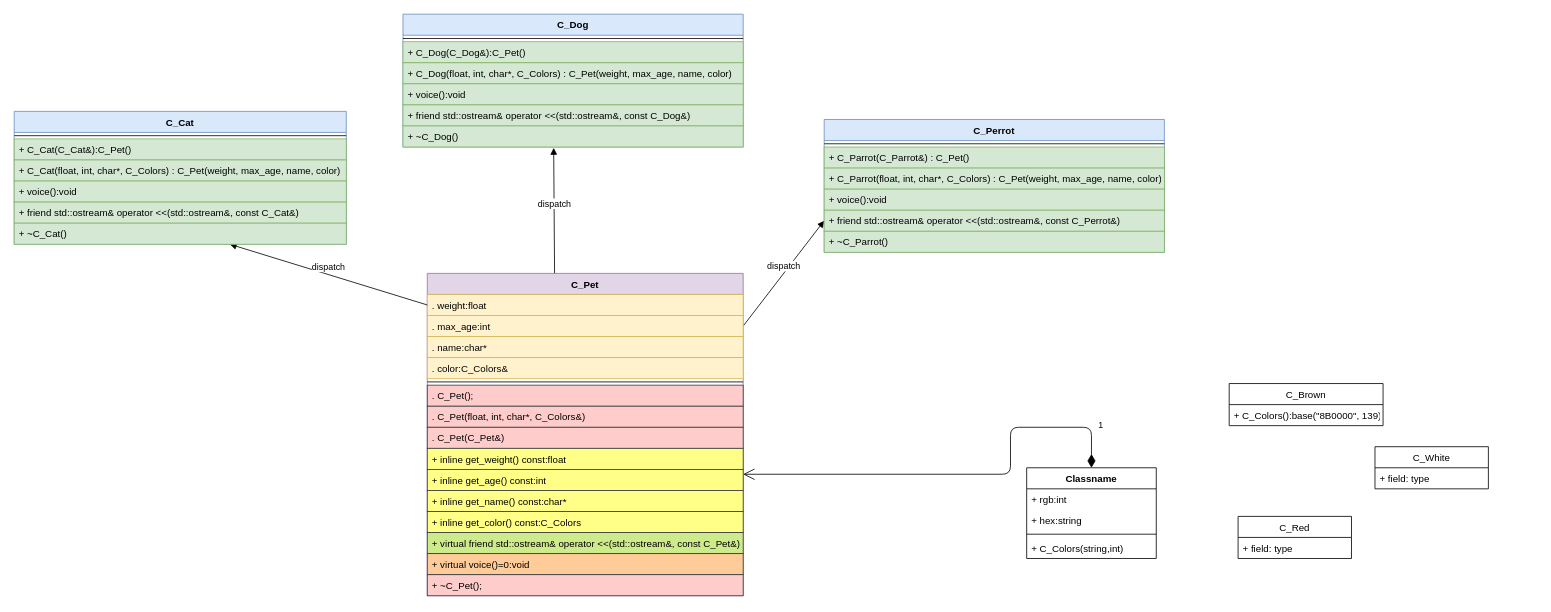
franchukkaterina/Draw-io keeps this draw.io diagram as SOLID.drawio. Above is the earlier version. Source tidied: cells renumbered, new cells numbered last; positions are measured from the earlier drawing's top-left corner, leaving out a move shared by most shapes. Both pictures are drawn from the tidied source at 81%, with x=0, y=0 at pixel (14, 14).
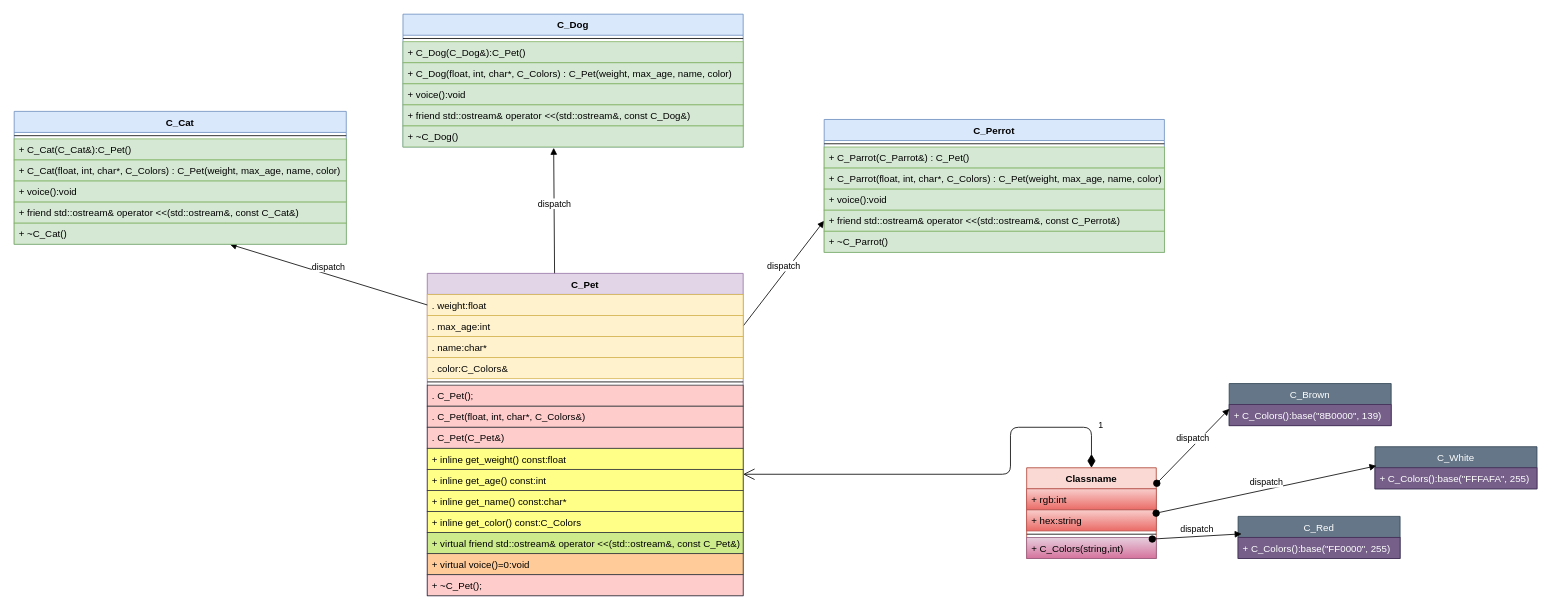
The same diagram, later.

Change to the diagram source:
```diff
@@
-    <mxCell id="43" value="C_Red" style="swimlane;fontStyle=0;horizontal=1;startSize=26;fillColor=none;" parent="1" vertex="1">
-      <mxGeometry x="1511" y="620" width="140" height="52" as="geometry" />
+    <mxCell id="43" value="C_Red" style="swimlane;fontStyle=0;horizontal=1;startSize=26;fillColor=#647687;strokeColor=#314354;fontColor=#ffffff;" parent="1" vertex="1">
+      <mxGeometry x="1511" y="620" width="200" height="52" as="geometry" />
     </mxCell>
-    <mxCell id="44" value="+ field: type" style="text;strokeColor=none;fillColor=none;align=left;verticalAlign=top;spacingLeft=4;spacingRight=4;overflow=hidden;points=[[0,0.5],[1,0.5]];portConstraint=eastwest;" parent="43" vertex="1">
-      <mxGeometry y="26" width="140" height="26" as="geometry" />
+    <mxCell id="44" value="+ C_Colors():base(&quot;FF0000&quot;, 255)" style="text;strokeColor=#432D57;fillColor=#76608a;align=left;verticalAlign=top;spacingLeft=4;spacingRight=4;overflow=hidden;points=[[0,0.5],[1,0.5]];portConstraint=eastwest;fontColor=#ffffff;" parent="43" vertex="1">
+      <mxGeometry y="26" width="200" height="26" as="geometry" />
     </mxCell>
-    <mxCell id="45" value="C_White" style="swimlane;fontStyle=0;horizontal=1;startSize=26;fillColor=none;" parent="1" vertex="1">
-      <mxGeometry x="1680" y="534" width="140" height="52" as="geometry" />
+    <mxCell id="45" value="C_White" style="swimlane;fontStyle=0;horizontal=1;startSize=26;fillColor=#647687;strokeColor=#314354;fontColor=#ffffff;" parent="1" vertex="1">
+      <mxGeometry x="1680" y="534" width="200" height="52" as="geometry" />
     </mxCell>
-    <mxCell id="46" value="+ field: type" style="text;strokeColor=none;fillColor=none;align=left;verticalAlign=top;spacingLeft=4;spacingRight=4;overflow=hidden;points=[[0,0.5],[1,0.5]];portConstraint=eastwest;" parent="45" vertex="1">
-      <mxGeometry y="26" width="140" height="26" as="geometry" />
+    <mxCell id="46" value="+ C_Colors():base(&quot;FFFAFA&quot;, 255)" style="text;strokeColor=#432D57;fillColor=#76608a;align=left;verticalAlign=top;spacingLeft=4;spacingRight=4;overflow=hidden;points=[[0,0.5],[1,0.5]];portConstraint=eastwest;fontColor=#ffffff;" parent="45" vertex="1">
+      <mxGeometry y="26" width="200" height="26" as="geometry" />
     </mxCell>
-    <mxCell id="47" value="C_Brown" style="swimlane;fontStyle=0;horizontal=1;startSize=26;fillColor=none;" parent="1" vertex="1">
-      <mxGeometry x="1500" y="456" width="190" height="52" as="geometry" />
+    <mxCell id="47" value="C_Brown" style="swimlane;fontStyle=0;horizontal=1;startSize=26;fillColor=#647687;strokeColor=#314354;fontColor=#ffffff;" parent="1" vertex="1">
+      <mxGeometry x="1500" y="456" width="200" height="52" as="geometry" />
     </mxCell>
-    <mxCell id="48" value="+ C_Colors():base(&quot;8B0000&quot;, 139)" style="text;strokeColor=none;fillColor=none;align=left;verticalAlign=top;spacingLeft=4;spacingRight=4;overflow=hidden;points=[[0,0.5],[1,0.5]];portConstraint=eastwest;" parent="47" vertex="1">
-      <mxGeometry y="26" width="190" height="26" as="geometry" />
+    <mxCell id="48" value="+ C_Colors():base(&quot;8B0000&quot;, 139)" style="text;strokeColor=#432D57;fillColor=#76608a;align=left;verticalAlign=top;spacingLeft=4;spacingRight=4;overflow=hidden;points=[[0,0.5],[1,0.5]];portConstraint=eastwest;fontColor=#ffffff;" parent="47" vertex="1">
+      <mxGeometry y="26" width="200" height="26" as="geometry" />
     </mxCell>
-    <mxCell id="49" value="Classname" style="swimlane;fontStyle=1;align=center;verticalAlign=top;horizontal=1;startSize=26;" parent="1" vertex="1">
+    <mxCell id="49" value="Classname" style="swimlane;fontStyle=1;align=center;verticalAlign=top;horizontal=1;startSize=26;fillColor=#fad9d5;strokeColor=#ae4132;" parent="1" vertex="1">
       <mxGeometry x="1250" y="560" width="160" height="112" as="geometry" />
     </mxCell>
-    <mxCell id="50" value="+ rgb:int" style="text;strokeColor=none;fillColor=none;align=left;verticalAlign=top;spacingLeft=4;spacingRight=4;overflow=hidden;" parent="49" vertex="1">
+    <mxCell id="50" value="+ rgb:int" style="text;strokeColor=#b85450;fillColor=#f8cecc;align=left;verticalAlign=top;spacingLeft=4;spacingRight=4;overflow=hidden;gradientColor=#ea6b66;" parent="49" vertex="1">
       <mxGeometry y="26" width="160" height="26" as="geometry" />
     </mxCell>
-    <mxCell id="51" value="+ hex:string" style="text;strokeColor=none;fillColor=none;align=left;verticalAlign=top;spacingLeft=4;spacingRight=4;overflow=hidden;points=[[0,0.5],[1,0.5]];portConstraint=eastwest;" parent="49" vertex="1">
+    <mxCell id="51" value="+ hex:string" style="text;strokeColor=#b85450;fillColor=#f8cecc;align=left;verticalAlign=top;spacingLeft=4;spacingRight=4;overflow=hidden;points=[[0,0.5],[1,0.5]];portConstraint=eastwest;gradientColor=#ea6b66;" parent="49" vertex="1">
       <mxGeometry y="52" width="160" height="26" as="geometry" />
     </mxCell>
@@
-    <mxCell id="53" value="+ C_Colors(string,int)" style="text;strokeColor=none;fillColor=none;align=left;verticalAlign=top;spacingLeft=4;spacingRight=4;overflow=hidden;points=[[0,0.5],[1,0.5]];portConstraint=eastwest;" parent="49" vertex="1">
+    <mxCell id="53" value="+ C_Colors(string,int)" style="text;strokeColor=#996185;fillColor=#e6d0de;align=left;verticalAlign=top;spacingLeft=4;spacingRight=4;overflow=hidden;points=[[0,0.5],[1,0.5]];portConstraint=eastwest;gradientColor=#d5739d;" parent="49" vertex="1">
       <mxGeometry y="86" width="160" height="26" as="geometry" />
     </mxCell>
+    <mxCell id="54" value="dispatch" style="html=1;verticalAlign=bottom;startArrow=oval;startFill=1;endArrow=block;startSize=8;entryX=0.001;entryY=0.2;entryDx=0;entryDy=0;entryPerimeter=0;exitX=1.004;exitY=0.171;exitDx=0;exitDy=0;exitPerimeter=0;" parent="1" edge="1" source="49" target="48">
+      <mxGeometry relative="1" as="geometry" />
+    </mxCell>
+    <mxCell id="55" value="dispatch" style="html=1;verticalAlign=bottom;startArrow=oval;startFill=1;endArrow=block;startSize=8;entryX=0.022;entryY=-0.169;entryDx=0;entryDy=0;entryPerimeter=0;exitX=0.969;exitY=0.077;exitDx=0;exitDy=0;exitPerimeter=0;" parent="1" edge="1" source="53" target="44">
+      <mxGeometry relative="1" as="geometry" />
+    </mxCell>
+    <mxCell id="56" value="dispatch" style="html=1;verticalAlign=bottom;startArrow=oval;startFill=1;endArrow=block;startSize=8;entryX=0.009;entryY=-0.092;entryDx=0;entryDy=0;entryPerimeter=0;exitX=0.999;exitY=0.154;exitDx=0;exitDy=0;exitPerimeter=0;" parent="1" edge="1" source="51" target="46">
+      <mxGeometry relative="1" as="geometry" />
+    </mxCell>
```
